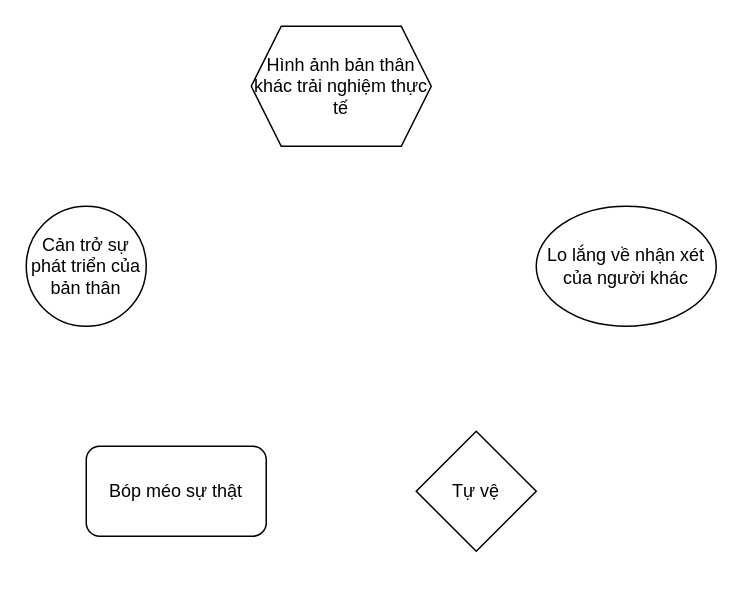
This is ve-cho-Tuyet.drawio from huyle84/diagrams, a draw.io file, before an edit. Source tidied: cells renumbered, new cells numbered last; positions are measured from the earlier drawing's top-left corner, leaving out a move shared by most shapes. Both pictures are drawn from the tidied source at 150%, with x=0, y=0 at pixel (26, 26).
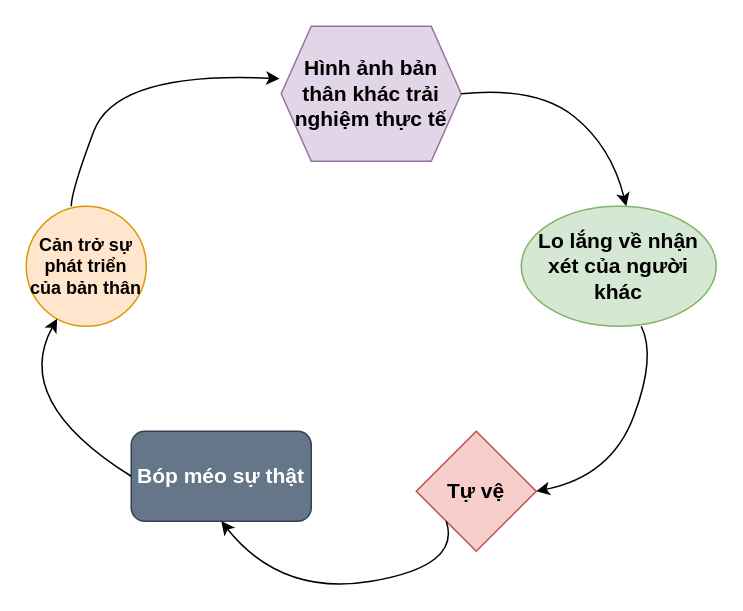
Above is the later version.

Change to the diagram source:
```diff
@@
-    <mxCell id="2" value="Cản trở sự phát triển của bản thân" style="ellipse;whiteSpace=wrap;html=1;" parent="1" vertex="1">
+    <mxCell id="2" value="&lt;b&gt;Cản trở sự phát triển của bản thân&lt;/b&gt;" style="ellipse;whiteSpace=wrap;html=1;fillColor=#ffe6cc;strokeColor=#d79b00;" parent="1" vertex="1">
       <mxGeometry y="120" width="80" height="80" as="geometry" />
     </mxCell>
-    <mxCell id="3" value="Hình ảnh bản thân khác trải nghiệm thực tế" style="shape=hexagon;perimeter=hexagonPerimeter2;whiteSpace=wrap;html=1;fixedSize=1;" parent="1" vertex="1">
-      <mxGeometry x="150" width="120" height="80" as="geometry" />
+    <mxCell id="3" value="&lt;font style=&quot;font-size: 14px;&quot;&gt;&lt;b&gt;Hình ảnh bản thân khác trải nghiệm thực tế&lt;/b&gt;&lt;/font&gt;" style="shape=hexagon;perimeter=hexagonPerimeter2;whiteSpace=wrap;html=1;fixedSize=1;fillColor=#e1d5e7;strokeColor=#9673a6;" parent="1" vertex="1">
+      <mxGeometry x="170" width="120" height="90" as="geometry" />
     </mxCell>
-    <mxCell id="4" value="Lo lắng về nhận xét của người khác" style="ellipse;whiteSpace=wrap;html=1;" parent="1" vertex="1">
-      <mxGeometry x="340" y="120" width="120" height="80" as="geometry" />
+    <mxCell id="4" value="&lt;font style=&quot;font-size: 14px;&quot;&gt;&lt;b&gt;Lo lắng về nhận xét của người khác&lt;/b&gt;&lt;/font&gt;" style="ellipse;whiteSpace=wrap;html=1;fillColor=#d5e8d4;strokeColor=#82b366;" parent="1" vertex="1">
+      <mxGeometry x="330" y="120" width="130" height="80" as="geometry" />
     </mxCell>
-    <mxCell id="5" value="Bóp méo sự thật" style="rounded=1;whiteSpace=wrap;html=1;" parent="1" vertex="1">
-      <mxGeometry x="40" y="280" width="120" height="60" as="geometry" />
+    <mxCell id="5" value="&lt;b&gt;&lt;font style=&quot;font-size: 14px;&quot;&gt;Bóp méo sự thật&lt;/font&gt;&lt;/b&gt;" style="rounded=1;whiteSpace=wrap;html=1;fillColor=#647687;fontColor=#ffffff;strokeColor=#314354;" parent="1" vertex="1">
+      <mxGeometry x="70" y="270" width="120" height="60" as="geometry" />
     </mxCell>
-    <mxCell id="6" value="Tự vệ" style="rhombus;whiteSpace=wrap;html=1;" parent="1" vertex="1">
+    <mxCell id="6" value="&lt;font style=&quot;font-size: 14px;&quot;&gt;&lt;b&gt;Tự vệ&lt;/b&gt;&lt;/font&gt;" style="rhombus;whiteSpace=wrap;html=1;fillColor=#f8cecc;strokeColor=#b85450;" parent="1" vertex="1">
       <mxGeometry x="260" y="270" width="80" height="80" as="geometry" />
     </mxCell>
+    <mxCell id="7" style="curved=1;endArrow=classic;html=1;rounded=2;exitX=1;exitY=0.5;exitDx=0;exitDy=0;" parent="1" edge="1" source="3">
+      <mxGeometry relative="1" as="geometry">
+        <mxPoint x="400" y="120" as="targetPoint" />
+        <Array as="points">
+          <mxPoint x="340" y="40" />
+          <mxPoint x="390" y="80" />
+        </Array>
+      </mxGeometry>
+    </mxCell>
+    <mxCell id="8" style="curved=1;endArrow=classic;html=1;rounded=2;entryX=1;entryY=0.5;entryDx=0;entryDy=0;" parent="1" edge="1" target="6">
+      <mxGeometry relative="1" as="geometry">
+        <mxPoint x="410" y="200" as="sourcePoint" />
+        <Array as="points">
+          <mxPoint x="420" y="220" />
+          <mxPoint x="390" y="300" />
+        </Array>
+      </mxGeometry>
+    </mxCell>
+    <mxCell id="9" style="curved=1;endArrow=classic;html=1;rounded=2;entryX=0.5;entryY=1;entryDx=0;entryDy=0;" parent="1" edge="1" target="5">
+      <mxGeometry relative="1" as="geometry">
+        <mxPoint x="280" y="330" as="sourcePoint" />
+        <Array as="points">
+          <mxPoint x="290" y="360" />
+          <mxPoint x="170" y="380" />
+        </Array>
+      </mxGeometry>
+    </mxCell>
+    <mxCell id="10" style="curved=1;endArrow=classic;html=1;rounded=2;" parent="1" edge="1" target="2">
+      <mxGeometry relative="1" as="geometry">
+        <mxPoint x="70" y="300" as="sourcePoint" />
+        <Array as="points">
+          <mxPoint x="70" y="300" />
+          <mxPoint x="-10" y="250" />
+        </Array>
+      </mxGeometry>
+    </mxCell>
+    <mxCell id="11" style="curved=1;endArrow=classic;html=1;rounded=2;entryX=-0.009;entryY=0.388;entryDx=0;entryDy=0;entryPerimeter=0;" parent="1" edge="1" target="3">
+      <mxGeometry relative="1" as="geometry">
+        <mxPoint x="30" y="120" as="sourcePoint" />
+        <Array as="points">
+          <mxPoint x="30" y="110" />
+          <mxPoint x="60" y="30" />
+        </Array>
+      </mxGeometry>
+    </mxCell>
```
